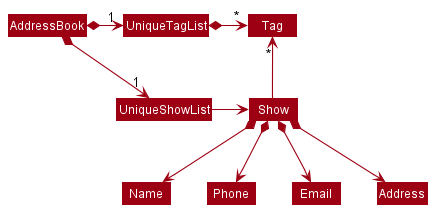
nus-cs2103-AY2122S2/tp keeps this PlantUML diagram as docs/images/BetterModelClassDiagram.png. Above is the earlier version. Its diagram source:
```plantuml
@startuml
!include style.puml
skinparam arrowThickness 1.1
skinparam arrowColor MODEL_COLOR
skinparam classBackgroundColor MODEL_COLOR

AddressBook *-right-> "1" UniqueShowList
AddressBook *-right-> "1" UniqueTagList
UniqueTagList -[hidden]down- UniqueShowList
UniqueTagList -[hidden]down- UniqueShowList

UniqueTagList *-right-> "*" Tag
UniqueShowList -right-> Show

Show -up-> "*" Tag

Show *--> Name
Show *--> Phone
Show *--> Email
Show *--> Address
@enduml
```
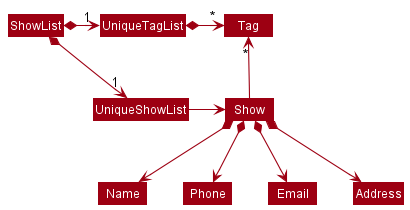
After the change.

The edit, as a diff of the source:
```diff
@@ -4,8 +4,8 @@
 skinparam arrowColor MODEL_COLOR
 skinparam classBackgroundColor MODEL_COLOR
 
-AddressBook *-right-> "1" UniqueShowList
-AddressBook *-right-> "1" UniqueTagList
+ShowList *-right-> "1" UniqueShowList
+ShowList *-right-> "1" UniqueTagList
 UniqueTagList -[hidden]down- UniqueShowList
 UniqueTagList -[hidden]down- UniqueShowList
 
```
